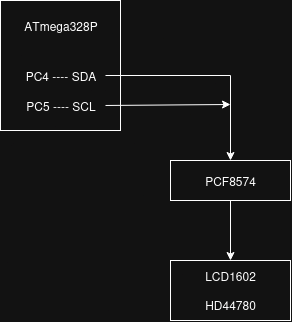
Before: schematy_png/schemat_i2c.drawio.png, a diagram exported from draw.io (hanna-maliszewska/morse_communication). Source tidied: cells renumbered, new cells last; positions are measured from the earlier drawing's top-left corner, leaving out a move shared by most shapes.
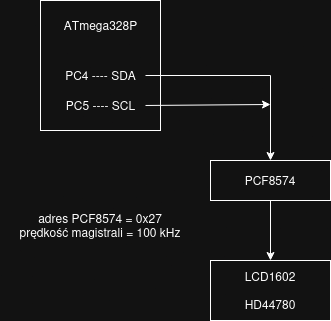
Later version of the same file.

Change to the diagram source:
```diff
@@ -31,5 +31,8 @@
         <mxPoint x="230" y="104" as="targetPoint" />
       </mxGeometry>
     </mxCell>
+    <mxCell id="11" value="adres PCF8574 = 0x27&lt;br&gt;prędkość magistrali = 100 kHz" style="text;html=1;whiteSpace=wrap;strokeColor=none;fillColor=none;align=center;verticalAlign=middle;rounded=0;" parent="1" vertex="1">
+      <mxGeometry x="-40" y="210" width="200" height="30" as="geometry" />
+    </mxCell>
   </root>
 </mxGraphModel>
```
